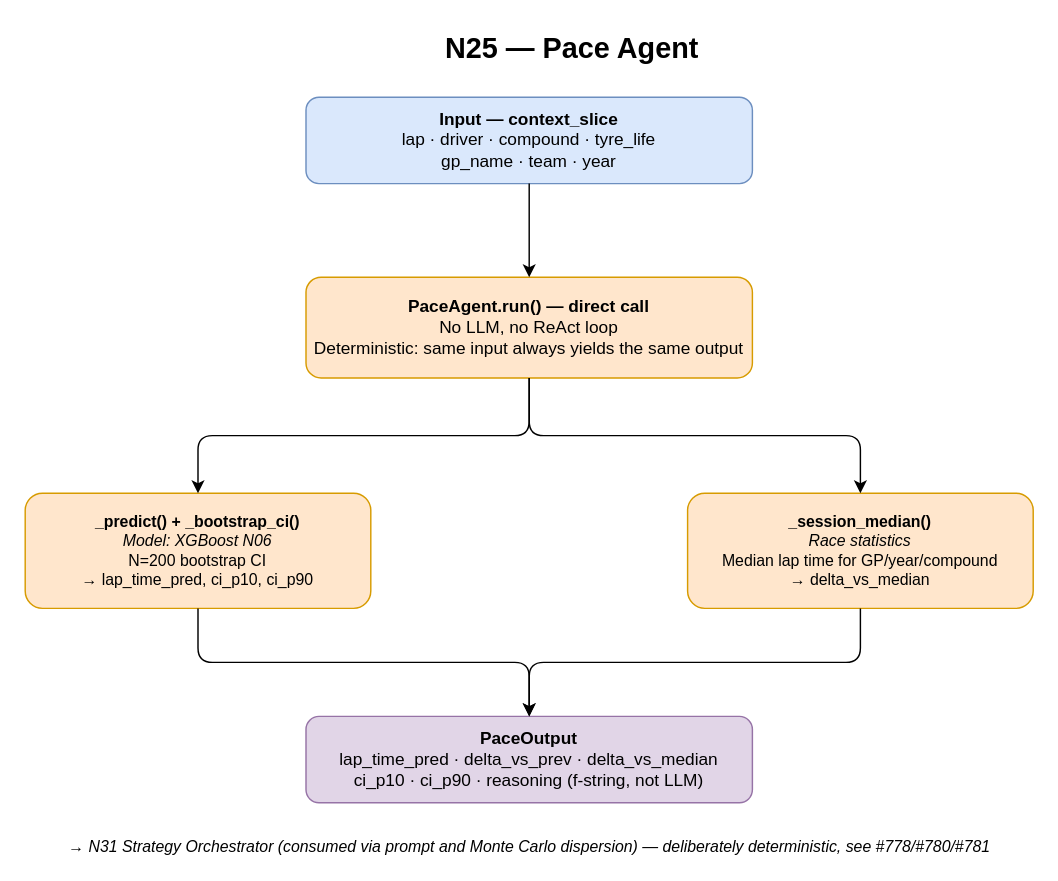
Before: documents/dev_docs/diagrams/agents/N25_pace_agent.drawio in VforVitorio/F1_Strat_Manager, a draw.io diagram. Source tidied: cells renumbered, new cells numbered last; positions are measured from the earlier drawing's top-left corner, leaving out a move shared by most shapes. Both pictures are drawn from the tidied source at 144%, with x=0, y=0 at pixel (24, 24).
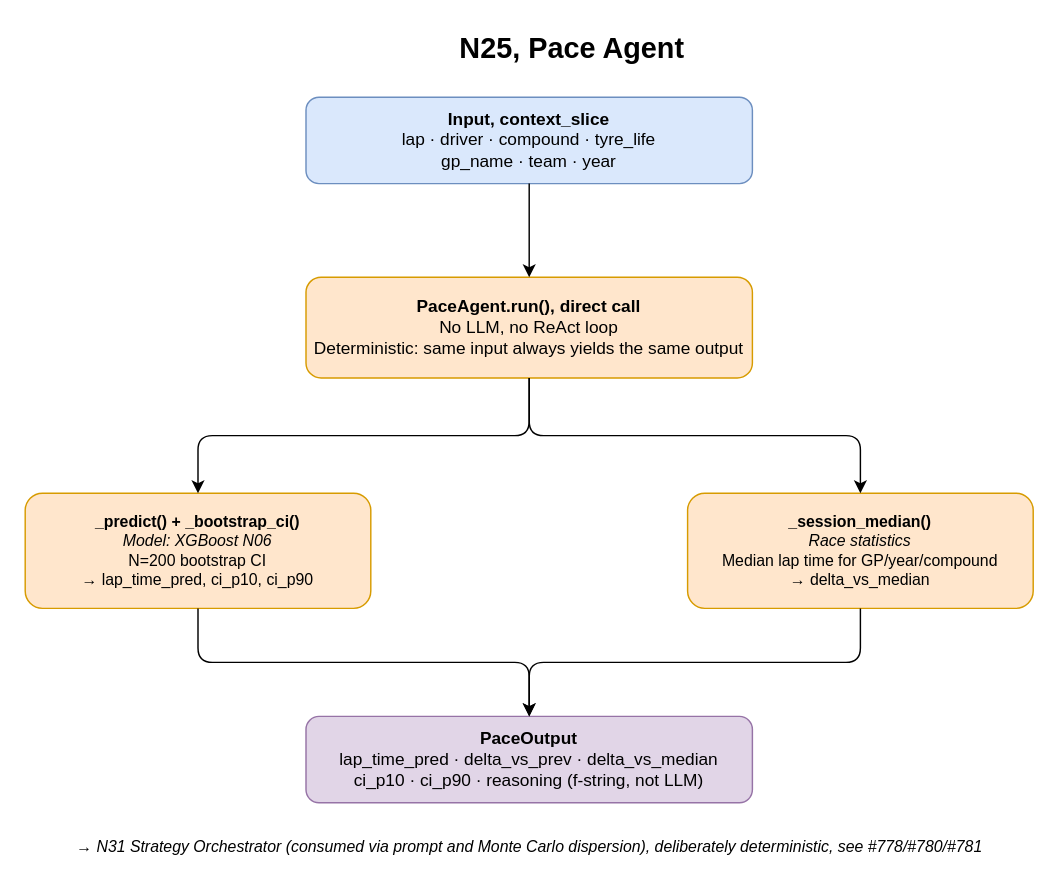
Above is the later version.

What changed in the source:
```diff
@@
 <mxGraphModel>
   <root>
     <mxCell id="0" />
     <mxCell id="1" parent="0" />
-    <mxCell id="2" value="N25 — Pace Agent" style="text;html=1;strokeColor=none;fillColor=none;align=center;verticalAlign=middle;whiteSpace=wrap;fontSize=20;fontStyle=1;" parent="1" vertex="1">
+    <mxCell id="2" value="N25, Pace Agent" style="text;html=1;strokeColor=none;fillColor=none;align=center;verticalAlign=middle;whiteSpace=wrap;fontSize=20;fontStyle=1;" parent="1" vertex="1">
       <mxGeometry x="180" width="400" height="30" as="geometry" />
     </mxCell>
-    <mxCell id="3" value="&lt;b&gt;Input — context_slice&lt;/b&gt;&lt;br/&gt;lap · driver · compound · tyre_life&lt;br/&gt;gp_name · team · year" style="rounded=1;whiteSpace=wrap;html=1;fillColor=#dae8fc;strokeColor=#6c8ebf;" parent="1" vertex="1">
+    <mxCell id="3" value="&lt;b&gt;Input, context_slice&lt;/b&gt;&lt;br/&gt;lap · driver · compound · tyre_life&lt;br/&gt;gp_name · team · year" style="rounded=1;whiteSpace=wrap;html=1;fillColor=#dae8fc;strokeColor=#6c8ebf;" parent="1" vertex="1">
       <mxGeometry x="195" y="50" width="310" height="60" as="geometry" />
     </mxCell>
-    <mxCell id="4" value="&lt;b&gt;PaceAgent.run() — direct call&lt;/b&gt;&lt;br/&gt;No LLM, no ReAct loop&lt;br/&gt;Deterministic: same input always yields the same output" style="rounded=1;whiteSpace=wrap;html=1;fillColor=#ffe6cc;strokeColor=#d79b00;" parent="1" vertex="1">
+    <mxCell id="4" value="&lt;b&gt;PaceAgent.run(), direct call&lt;/b&gt;&lt;br/&gt;No LLM, no ReAct loop&lt;br/&gt;Deterministic: same input always yields the same output" style="rounded=1;whiteSpace=wrap;html=1;fillColor=#ffe6cc;strokeColor=#d79b00;" parent="1" vertex="1">
       <mxGeometry x="195" y="175" width="310" height="70" as="geometry" />
     </mxCell>
     <mxCell id="5" value="&lt;b&gt;_predict() + _bootstrap_ci()&lt;/b&gt;&lt;br/&gt;&lt;i&gt;Model: XGBoost N06&lt;/i&gt;&lt;br/&gt;N=200 bootstrap CI&lt;br/&gt;→ lap_time_pred, ci_p10, ci_p90" style="rounded=1;whiteSpace=wrap;html=1;fillColor=#ffe6cc;strokeColor=#d79b00;fontSize=11;" parent="1" vertex="1">
       <mxGeometry y="325" width="240" height="80" as="geometry" />
     </mxCell>
     <mxCell id="6" value="&lt;b&gt;_session_median()&lt;/b&gt;&lt;br/&gt;&lt;i&gt;Race statistics&lt;/i&gt;&lt;br/&gt;Median lap time for GP/year/compound&lt;br/&gt;→ delta_vs_median" style="rounded=1;whiteSpace=wrap;html=1;fillColor=#ffe6cc;strokeColor=#d79b00;fontSize=11;" parent="1" vertex="1">
       <mxGeometry x="460" y="325" width="240" height="80" as="geometry" />
     </mxCell>
     <mxCell id="7" value="&lt;b&gt;PaceOutput&lt;/b&gt;&lt;br/&gt;lap_time_pred · delta_vs_prev · delta_vs_median&lt;br/&gt;ci_p10 · ci_p90 · reasoning (f-string, not LLM)" style="rounded=1;whiteSpace=wrap;html=1;fillColor=#e1d5e7;strokeColor=#9673a6;" parent="1" vertex="1">
       <mxGeometry x="195" y="480" width="310" height="60" as="geometry" />
     </mxCell>
-    <mxCell id="8" value="→ N31 Strategy Orchestrator (consumed via prompt and Monte Carlo dispersion) — deliberately deterministic, see #778/#780/#781" style="text;html=1;strokeColor=none;fillColor=none;align=center;fontStyle=2;fontSize=11;" parent="1" vertex="1">
+    <mxCell id="8" value="→ N31 Strategy Orchestrator (consumed via prompt and Monte Carlo dispersion), deliberately deterministic, see #778/#780/#781" style="text;html=1;strokeColor=none;fillColor=none;align=center;fontStyle=2;fontSize=11;" parent="1" vertex="1">
       <mxGeometry x="80" y="558" width="540" height="20" as="geometry" />
     </mxCell>
     <mxCell id="9" style="edgeStyle=orthogonalEdgeStyle;" parent="1" edge="1" source="3" target="4">
       <mxGeometry relative="1" as="geometry" />
     </mxCell>
     <mxCell id="10" style="edgeStyle=orthogonalEdgeStyle;" parent="1" edge="1" source="4" target="5">
       <mxGeometry relative="1" as="geometry" />
     </mxCell>
     <mxCell id="11" style="edgeStyle=orthogonalEdgeStyle;" parent="1" edge="1" source="4" target="6">
       <mxGeometry relative="1" as="geometry" />
     </mxCell>
     <mxCell id="12" style="edgeStyle=orthogonalEdgeStyle;" parent="1" edge="1" source="5" target="7">
       <mxGeometry relative="1" as="geometry" />
     </mxCell>
     <mxCell id="13" style="edgeStyle=orthogonalEdgeStyle;" parent="1" edge="1" source="6" target="7">
       <mxGeometry relative="1" as="geometry" />
     </mxCell>
   </root>
 </mxGraphModel>
```
